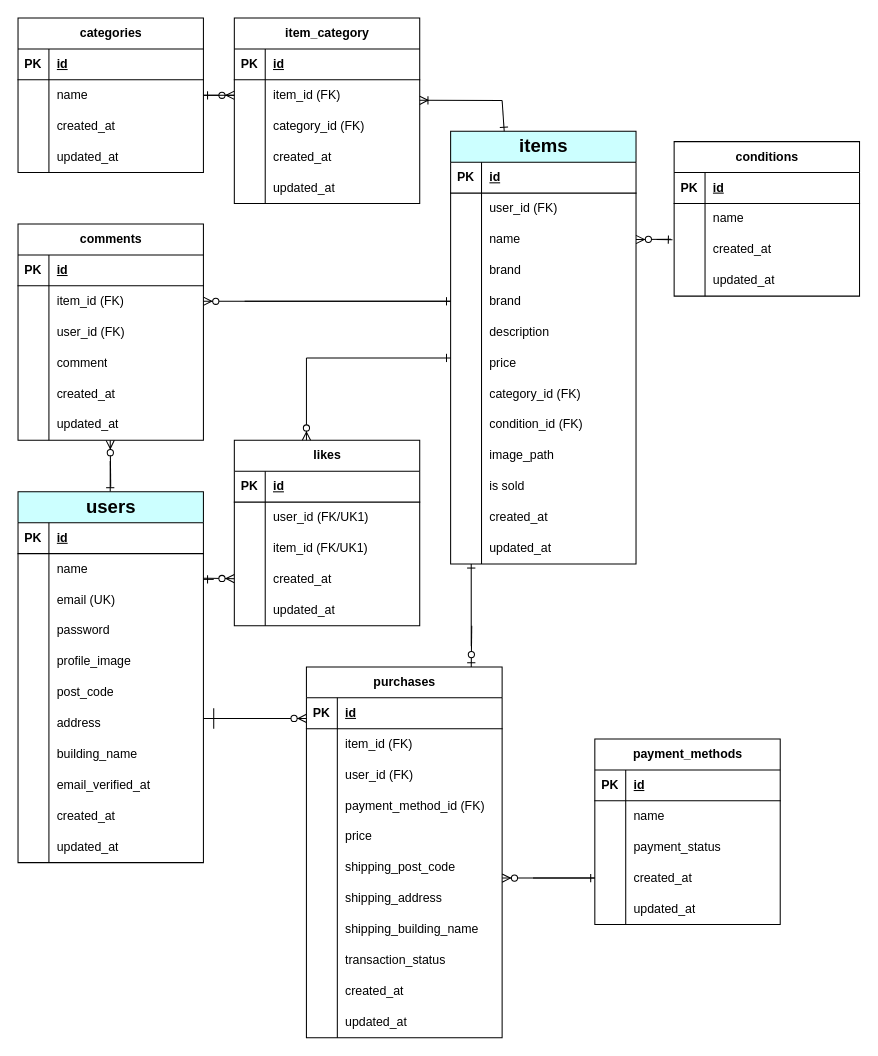
Earlier version of the draw.io diagram er-diagram.drawio (hidama-rika/coachtech-pixel-market). Source tidied: cells renumbered, new cells numbered last; positions are measured from the earlier drawing's top-left corner, leaving out a move shared by most shapes. Both pictures are drawn from the tidied source at 103%, with x=0, y=0 at pixel (18, 18).
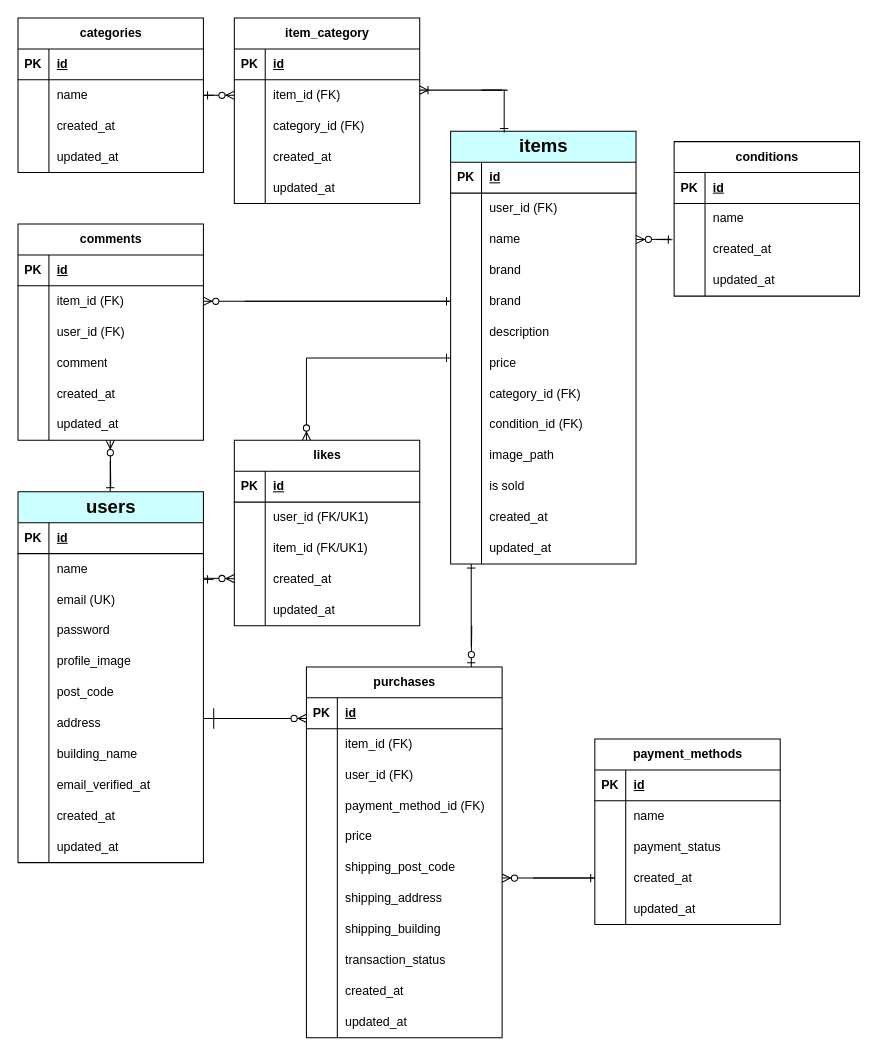
Above is the later version.

Unchanged cells that the change refers to:
```xml
<mxCell id="6" style="shape=tableRow;horizontal=0;startSize=0;swimlaneHead=0;swimlaneBody=0;fillColor=none;points=[[0,0.5],[1,0.5]];portConstraint=eastwest;top=0;left=0;right=0;bottom=0;" parent="2" vertex="1">
  <mxGeometry y="60" width="180" height="30" as="geometry" />
</mxCell>
<mxCell id="63" value="&lt;font style=&quot;font-size: 18px;&quot;&gt;items&lt;/font&gt;" style="shape=table;startSize=30;childLayout=tableLayout;rowLines=0;fontStyle=1;align=center;html=1;fillColor=#CCFFFF;" parent="1" vertex="1">
  <mxGeometry x="420" y="110" width="180" height="420" as="geometry" />
</mxCell>
<mxCell id="125" style="shape=tableRow;horizontal=0;startSize=0;swimlaneHead=0;swimlaneBody=0;fillColor=none;top=0;left=0;right=0;bottom=0;" parent="103" vertex="1">
  <mxGeometry y="240" width="190" height="30" as="geometry" />
</mxCell>
```

Change to the diagram source:
```diff
@@
-    <mxCell id="127" value="shipping_building_name" style="shape=partialRectangle;fillColor=none;top=0;left=0;bottom=0;right=0;align=left;spacingLeft=6;overflow=hidden;whiteSpace=wrap;html=1;" parent="125" vertex="1">
+    <mxCell id="127" value="shipping_building" style="shape=partialRectangle;fillColor=none;top=0;left=0;bottom=0;right=0;align=left;spacingLeft=6;overflow=hidden;whiteSpace=wrap;html=1;" parent="125" vertex="1">
       <mxGeometry x="30" width="160" height="30" as="geometry" />
     </mxCell>
@@
     <mxCell id="154" style="fontSize=12;html=1;endArrow=ERoneToMany;entryX=0.833;entryY=1.022;entryDx=0;entryDy=0;entryPerimeter=0;" parent="1" edge="1">
       <mxGeometry relative="1" as="geometry">
-        <mxPoint x="470" y="80" as="sourcePoint" />
-        <mxPoint x="390" y="79.9" as="targetPoint" />
+        <mxPoint x="470" y="70" as="sourcePoint" />
+        <mxPoint x="390" y="70" as="targetPoint" />
       </mxGeometry>
     </mxCell>
-    <mxCell id="155" style="fontSize=12;html=1;endArrow=ERone;endFill=1;entryX=0.289;entryY=0;entryDx=0;entryDy=0;entryPerimeter=0;" parent="1" edge="1" target="63">
+    <mxCell id="155" style="fontSize=12;html=1;endArrow=ERone;endFill=1;entryX=0.289;entryY=0.003;entryDx=0;entryDy=0;entryPerimeter=0;" parent="1" edge="1" target="63">
       <mxGeometry relative="1" as="geometry">
-        <mxPoint x="470" y="80" as="sourcePoint" />
+        <mxPoint x="472" y="70" as="sourcePoint" />
       </mxGeometry>
     </mxCell>
@@
     <mxCell id="163" style="fontSize=12;html=1;endArrow=ERone;endFill=1;entryX=1;entryY=0.5;entryDx=0;entryDy=0;" parent="1" edge="1" target="6">
       <mxGeometry relative="1" as="geometry">
-        <mxPoint x="210" y="75" as="sourcePoint" />
+        <mxPoint x="190" y="75" as="sourcePoint" />
       </mxGeometry>
     </mxCell>
@@
+    <mxCell id="224" style="endArrow=none;html=1;" parent="1" edge="1">
+      <mxGeometry relative="1" as="geometry">
+        <mxPoint x="460" y="70" as="sourcePoint" />
+        <mxPoint x="450" y="70" as="targetPoint" />
+        <Array as="points">
+          <mxPoint x="480" y="70" />
+        </Array>
+      </mxGeometry>
+    </mxCell>
```
